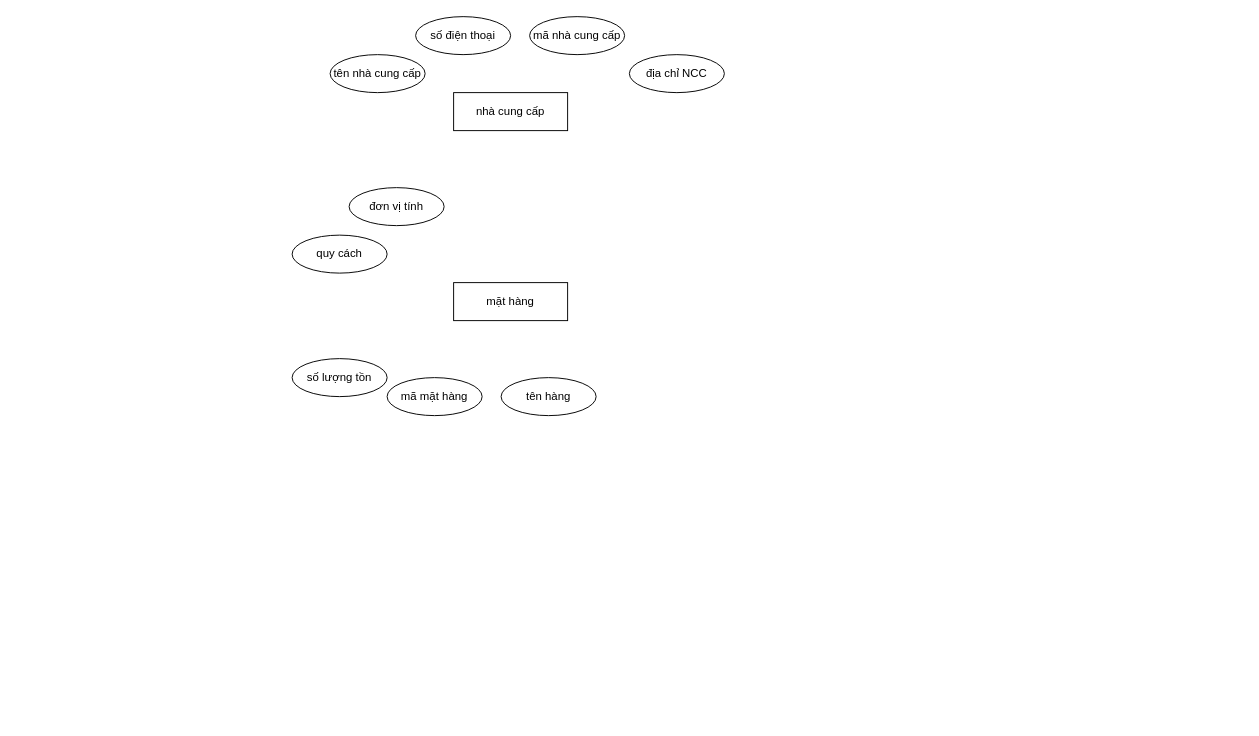
This is Untitled Diagram.drawio from HarikNguyen/database, a draw.io file, before an edit. Source tidied: cells renumbered, new cells numbered last; positions are measured from the earlier drawing's top-left corner, leaving out a move shared by most shapes. Both pictures are drawn from the tidied source at 95%, with x=0, y=0 at pixel (292, 16).
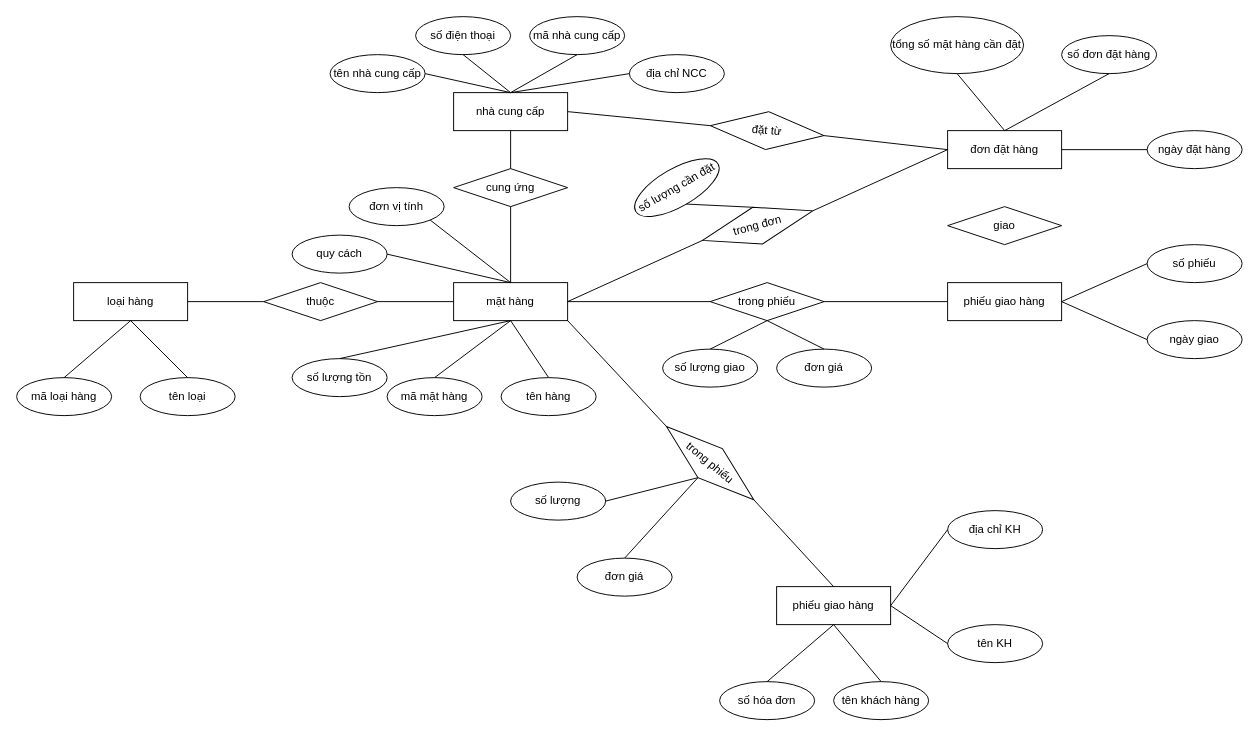
The same page after the edit.

Commit message:
ER hệ thống quản lý bán hàng.drawio

The change refers to these unchanged cells:
```xml
<mxCell id="2" value="nhà cung cấp" style="rounded=0;whiteSpace=wrap;html=1;" parent="1" vertex="1">
  <mxGeometry x="170" y="80" width="120" height="40" as="geometry" />
</mxCell>
<mxCell id="3" value="số điện thoại" style="ellipse;whiteSpace=wrap;html=1;" parent="1" vertex="1">
  <mxGeometry x="130" width="100" height="40" as="geometry" />
</mxCell>
<mxCell id="4" value="mã nhà cung cấp" style="ellipse;whiteSpace=wrap;html=1;" parent="1" vertex="1">
  <mxGeometry x="250" width="100" height="40" as="geometry" />
</mxCell>
<mxCell id="5" value="tên nhà cung cấp" style="ellipse;whiteSpace=wrap;html=1;" parent="1" vertex="1">
  <mxGeometry x="40" y="40" width="100" height="40" as="geometry" />
</mxCell>
<mxCell id="6" value="địa chỉ NCC" style="ellipse;whiteSpace=wrap;html=1;" parent="1" vertex="1">
  <mxGeometry x="355" y="40" width="100" height="40" as="geometry" />
</mxCell>
<mxCell id="7" value="mặt hàng" style="rounded=0;whiteSpace=wrap;html=1;" parent="1" vertex="1">
  <mxGeometry x="170" y="280" width="120" height="40" as="geometry" />
</mxCell>
<mxCell id="8" value="đơn vị tính" style="ellipse;whiteSpace=wrap;html=1;" parent="1" vertex="1">
  <mxGeometry x="60" y="180" width="100" height="40" as="geometry" />
</mxCell>
<mxCell id="9" value="số lượng tồn" style="ellipse;whiteSpace=wrap;html=1;" parent="1" vertex="1">
  <mxGeometry y="360" width="100" height="40" as="geometry" />
</mxCell>
<mxCell id="10" value="mã mặt hàng" style="ellipse;whiteSpace=wrap;html=1;" parent="1" vertex="1">
  <mxGeometry x="100" y="380" width="100" height="40" as="geometry" />
</mxCell>
<mxCell id="11" value="tên hàng" style="ellipse;whiteSpace=wrap;html=1;" parent="1" vertex="1">
  <mxGeometry x="220" y="380" width="100" height="40" as="geometry" />
</mxCell>
<mxCell id="12" value="quy cách" style="ellipse;whiteSpace=wrap;html=1;" parent="1" vertex="1">
  <mxGeometry y="230" width="100" height="40" as="geometry" />
</mxCell>
```

The edit, as a diff of the source:
```diff
@@
+    <mxCell id="13" style="endArrow=none;html=1;rounded=0;entryX=0.5;entryY=1;entryDx=0;entryDy=0;exitX=0.5;exitY=0;exitDx=0;exitDy=0;" parent="1" edge="1" source="9" target="7">
+      <mxGeometry relative="1" as="geometry" />
+    </mxCell>
+    <mxCell id="14" style="endArrow=none;html=1;rounded=0;exitX=0.5;exitY=1;exitDx=0;exitDy=0;entryX=0.5;entryY=0;entryDx=0;entryDy=0;" parent="1" edge="1" source="7" target="10">
+      <mxGeometry relative="1" as="geometry" />
+    </mxCell>
+    <mxCell id="15" style="endArrow=none;html=1;rounded=0;exitX=0.5;exitY=1;exitDx=0;exitDy=0;entryX=0.5;entryY=0;entryDx=0;entryDy=0;" parent="1" edge="1" source="7" target="11">
+      <mxGeometry relative="1" as="geometry" />
+    </mxCell>
+    <mxCell id="16" style="endArrow=none;html=1;rounded=0;exitX=0.5;exitY=0;exitDx=0;exitDy=0;entryX=1;entryY=0.5;entryDx=0;entryDy=0;" parent="1" edge="1" source="7" target="12">
+      <mxGeometry relative="1" as="geometry" />
+    </mxCell>
+    <mxCell id="17" style="endArrow=none;html=1;rounded=0;exitX=0.5;exitY=0;exitDx=0;exitDy=0;entryX=1;entryY=1;entryDx=0;entryDy=0;" parent="1" edge="1" source="7" target="8">
+      <mxGeometry relative="1" as="geometry" />
+    </mxCell>
+    <mxCell id="18" value="cung ứng" style="rhombus;whiteSpace=wrap;html=1;" parent="1" vertex="1">
+      <mxGeometry x="170" y="160" width="120" height="40" as="geometry" />
+    </mxCell>
+    <mxCell id="19" style="endArrow=none;html=1;rounded=0;exitX=0.5;exitY=0;exitDx=0;exitDy=0;entryX=0.5;entryY=1;entryDx=0;entryDy=0;" parent="1" edge="1" source="7" target="18">
+      <mxGeometry relative="1" as="geometry" />
+    </mxCell>
+    <mxCell id="20" style="endArrow=none;html=1;rounded=0;exitX=0.5;exitY=0;exitDx=0;exitDy=0;entryX=0.5;entryY=1;entryDx=0;entryDy=0;" parent="1" edge="1" source="18" target="2">
+      <mxGeometry relative="1" as="geometry" />
+    </mxCell>
+    <mxCell id="21" style="endArrow=none;html=1;rounded=0;exitX=0.5;exitY=0;exitDx=0;exitDy=0;entryX=1;entryY=0.5;entryDx=0;entryDy=0;" parent="1" edge="1" source="2" target="5">
+      <mxGeometry relative="1" as="geometry" />
+    </mxCell>
+    <mxCell id="22" style="endArrow=none;html=1;rounded=0;exitX=0.5;exitY=0;exitDx=0;exitDy=0;entryX=0;entryY=0.5;entryDx=0;entryDy=0;" parent="1" edge="1" source="2" target="6">
+      <mxGeometry relative="1" as="geometry" />
+    </mxCell>
+    <mxCell id="23" style="endArrow=none;html=1;rounded=0;exitX=0.5;exitY=0;exitDx=0;exitDy=0;entryX=0.5;entryY=1;entryDx=0;entryDy=0;" parent="1" edge="1" source="2" target="4">
+      <mxGeometry relative="1" as="geometry" />
+    </mxCell>
+    <mxCell id="24" style="endArrow=none;html=1;rounded=0;exitX=0.5;exitY=0;exitDx=0;exitDy=0;entryX=0.5;entryY=1;entryDx=0;entryDy=0;" parent="1" edge="1" source="2" target="3">
+      <mxGeometry relative="1" as="geometry" />
+    </mxCell>
+    <mxCell id="25" value="thuộc" style="rhombus;whiteSpace=wrap;html=1;" parent="1" vertex="1">
+      <mxGeometry x="-30" y="280" width="120" height="40" as="geometry" />
+    </mxCell>
+    <mxCell id="26" value="loại hàng" style="rounded=0;whiteSpace=wrap;html=1;" parent="1" vertex="1">
+      <mxGeometry x="-230" y="280" width="120" height="40" as="geometry" />
+    </mxCell>
+    <mxCell id="27" value="mã loại hàng" style="ellipse;whiteSpace=wrap;html=1;" parent="1" vertex="1">
+      <mxGeometry x="-290" y="380" width="100" height="40" as="geometry" />
+    </mxCell>
+    <mxCell id="28" value="tên loại" style="ellipse;whiteSpace=wrap;html=1;" parent="1" vertex="1">
+      <mxGeometry x="-160" y="380" width="100" height="40" as="geometry" />
+    </mxCell>
+    <mxCell id="29" style="endArrow=none;html=1;rounded=0;exitX=0.5;exitY=0;exitDx=0;exitDy=0;entryX=0.5;entryY=1;entryDx=0;entryDy=0;" parent="1" edge="1" source="28" target="26">
+      <mxGeometry relative="1" as="geometry" />
+    </mxCell>
+    <mxCell id="30" style="endArrow=none;html=1;rounded=0;exitX=0.5;exitY=0;exitDx=0;exitDy=0;entryX=0.5;entryY=1;entryDx=0;entryDy=0;" parent="1" edge="1" source="27" target="26">
+      <mxGeometry relative="1" as="geometry" />
+    </mxCell>
+    <mxCell id="31" style="endArrow=none;html=1;rounded=0;exitX=1;exitY=0.5;exitDx=0;exitDy=0;entryX=0;entryY=0.5;entryDx=0;entryDy=0;" parent="1" edge="1" source="26" target="25">
+      <mxGeometry relative="1" as="geometry" />
+    </mxCell>
+    <mxCell id="32" style="endArrow=none;html=1;rounded=0;entryX=1;entryY=0.5;entryDx=0;entryDy=0;exitX=0;exitY=0.5;exitDx=0;exitDy=0;" parent="1" edge="1" source="7" target="25">
+      <mxGeometry relative="1" as="geometry" />
+    </mxCell>
+    <mxCell id="33" value="đơn đặt hàng" style="rounded=0;whiteSpace=wrap;html=1;" parent="1" vertex="1">
+      <mxGeometry x="690" y="120" width="120" height="40" as="geometry" />
+    </mxCell>
+    <mxCell id="34" value="số đơn đặt hàng" style="ellipse;whiteSpace=wrap;html=1;" parent="1" vertex="1">
+      <mxGeometry x="810" y="20" width="100" height="40" as="geometry" />
+    </mxCell>
+    <mxCell id="35" value="ngày đặt hàng" style="ellipse;whiteSpace=wrap;html=1;" parent="1" vertex="1">
+      <mxGeometry x="900" y="120" width="100" height="40" as="geometry" />
+    </mxCell>
+    <mxCell id="36" value="tổng số mặt hàng cần đặt" style="ellipse;whiteSpace=wrap;html=1;" parent="1" vertex="1">
+      <mxGeometry x="630" width="140" height="60" as="geometry" />
+    </mxCell>
+    <mxCell id="37" style="endArrow=none;html=1;rounded=0;entryX=0.5;entryY=0;entryDx=0;entryDy=0;exitX=0.5;exitY=1;exitDx=0;exitDy=0;" parent="1" edge="1" source="36" target="33">
+      <mxGeometry relative="1" as="geometry" />
+    </mxCell>
+    <mxCell id="38" style="endArrow=none;html=1;rounded=0;entryX=0.5;entryY=0;entryDx=0;entryDy=0;exitX=0.5;exitY=1;exitDx=0;exitDy=0;" parent="1" edge="1" source="34" target="33">
+      <mxGeometry relative="1" as="geometry" />
+    </mxCell>
+    <mxCell id="39" style="endArrow=none;html=1;rounded=0;entryX=1;entryY=0.5;entryDx=0;entryDy=0;exitX=0;exitY=0.5;exitDx=0;exitDy=0;" parent="1" edge="1" source="35" target="33">
+      <mxGeometry relative="1" as="geometry" />
+    </mxCell>
+    <mxCell id="40" value="đặt từ" style="rhombus;whiteSpace=wrap;html=1;rotation=5;" parent="1" vertex="1">
+      <mxGeometry x="440" y="100" width="120" height="40" as="geometry" />
+    </mxCell>
+    <mxCell id="41" style="endArrow=none;html=1;rounded=0;entryX=1;entryY=0.5;entryDx=0;entryDy=0;exitX=0;exitY=0.5;exitDx=0;exitDy=0;" parent="1" edge="1" source="33" target="40">
+      <mxGeometry relative="1" as="geometry" />
+    </mxCell>
+    <mxCell id="42" style="endArrow=none;html=1;rounded=0;entryX=0;entryY=0.5;entryDx=0;entryDy=0;exitX=1;exitY=0.5;exitDx=0;exitDy=0;" parent="1" edge="1" source="2" target="40">
+      <mxGeometry relative="1" as="geometry" />
+    </mxCell>
+    <mxCell id="43" value="trong đơn" style="rhombus;whiteSpace=wrap;html=1;rotation=-15;" parent="1" vertex="1">
+      <mxGeometry x="430" y="200" width="120" height="40" as="geometry" />
+    </mxCell>
+    <mxCell id="44" value="số lượng cần đặt" style="ellipse;whiteSpace=wrap;html=1;rotation=-30;" parent="1" vertex="1">
+      <mxGeometry x="355" y="160" width="100" height="40" as="geometry" />
+    </mxCell>
+    <mxCell id="45" style="endArrow=none;html=1;rounded=0;exitX=0.5;exitY=0;exitDx=0;exitDy=0;entryX=0.5;entryY=1;entryDx=0;entryDy=0;" parent="1" edge="1" source="43" target="44">
+      <mxGeometry relative="1" as="geometry" />
+    </mxCell>
+    <mxCell id="46" style="endArrow=none;html=1;rounded=0;exitX=1;exitY=0.5;exitDx=0;exitDy=0;entryX=0;entryY=0.5;entryDx=0;entryDy=0;" parent="1" edge="1" source="43" target="33">
+      <mxGeometry relative="1" as="geometry" />
+    </mxCell>
+    <mxCell id="47" style="endArrow=none;html=1;rounded=0;exitX=0;exitY=0.5;exitDx=0;exitDy=0;entryX=1;entryY=0.5;entryDx=0;entryDy=0;" parent="1" edge="1" source="43" target="7">
+      <mxGeometry relative="1" as="geometry" />
+    </mxCell>
+    <mxCell id="48" value="phiếu giao hàng" style="rounded=0;whiteSpace=wrap;html=1;" parent="1" vertex="1">
+      <mxGeometry x="690" y="280" width="120" height="40" as="geometry" />
+    </mxCell>
+    <mxCell id="49" value="trong phiếu" style="rhombus;whiteSpace=wrap;html=1;" parent="1" vertex="1">
+      <mxGeometry x="440" y="280" width="120" height="40" as="geometry" />
+    </mxCell>
+    <mxCell id="50" value="giao" style="rhombus;whiteSpace=wrap;html=1;" parent="1" vertex="1">
+      <mxGeometry x="690" y="200" width="120" height="40" as="geometry" />
+    </mxCell>
+    <mxCell id="51" style="endArrow=none;html=1;rounded=0;entryX=0;entryY=0.5;entryDx=0;entryDy=0;exitX=1;exitY=0.5;exitDx=0;exitDy=0;" parent="1" edge="1" source="49" target="48">
+      <mxGeometry relative="1" as="geometry" />
+    </mxCell>
+    <mxCell id="52" style="endArrow=none;html=1;rounded=0;exitX=0;exitY=0.5;exitDx=0;exitDy=0;entryX=1;entryY=0.5;entryDx=0;entryDy=0;" parent="1" edge="1" source="49" target="7">
+      <mxGeometry relative="1" as="geometry" />
+    </mxCell>
+    <mxCell id="53" value="số lượng giao" style="ellipse;whiteSpace=wrap;html=1;" parent="1" vertex="1">
+      <mxGeometry x="390" y="350" width="100" height="40" as="geometry" />
+    </mxCell>
+    <mxCell id="54" value="đơn giá" style="ellipse;whiteSpace=wrap;html=1;" parent="1" vertex="1">
+      <mxGeometry x="510" y="350" width="100" height="40" as="geometry" />
+    </mxCell>
+    <mxCell id="55" style="endArrow=none;html=1;rounded=0;exitX=0.5;exitY=1;exitDx=0;exitDy=0;entryX=0.5;entryY=0;entryDx=0;entryDy=0;" parent="1" edge="1" source="49" target="54">
+      <mxGeometry relative="1" as="geometry" />
+    </mxCell>
+    <mxCell id="56" style="endArrow=none;html=1;rounded=0;entryX=0.5;entryY=0;entryDx=0;entryDy=0;" parent="1" edge="1" target="53">
+      <mxGeometry relative="1" as="geometry">
+        <mxPoint x="500" y="320" as="sourcePoint" />
+      </mxGeometry>
+    </mxCell>
+    <mxCell id="57" value="số phiếu" style="ellipse;whiteSpace=wrap;html=1;" parent="1" vertex="1">
+      <mxGeometry x="900" y="240" width="100" height="40" as="geometry" />
+    </mxCell>
+    <mxCell id="58" value="ngày giao" style="ellipse;whiteSpace=wrap;html=1;" parent="1" vertex="1">
+      <mxGeometry x="900" y="320" width="100" height="40" as="geometry" />
+    </mxCell>
+    <mxCell id="59" style="endArrow=none;html=1;rounded=0;entryX=1;entryY=0.5;entryDx=0;entryDy=0;exitX=0;exitY=0.5;exitDx=0;exitDy=0;" parent="1" edge="1" source="57" target="48">
+      <mxGeometry relative="1" as="geometry" />
+    </mxCell>
+    <mxCell id="60" style="endArrow=none;html=1;rounded=0;entryX=1;entryY=0.5;entryDx=0;entryDy=0;exitX=0;exitY=0.5;exitDx=0;exitDy=0;" parent="1" edge="1" source="58" target="48">
+      <mxGeometry relative="1" as="geometry" />
+    </mxCell>
+    <mxCell id="61" value="phiếu giao hàng" style="rounded=0;whiteSpace=wrap;html=1;" parent="1" vertex="1">
+      <mxGeometry x="510" y="600" width="120" height="40" as="geometry" />
+    </mxCell>
+    <mxCell id="62" value="trong phiếu" style="rhombus;whiteSpace=wrap;html=1;rotation=40;" parent="1" vertex="1">
+      <mxGeometry x="380" y="450" width="120" height="40" as="geometry" />
+    </mxCell>
+    <mxCell id="63" value="số lượng" style="ellipse;whiteSpace=wrap;html=1;" parent="1" vertex="1">
+      <mxGeometry x="230" y="490" width="100" height="40" as="geometry" />
+    </mxCell>
+    <mxCell id="64" value="đơn giá" style="ellipse;whiteSpace=wrap;html=1;" parent="1" vertex="1">
+      <mxGeometry x="300" y="570" width="100" height="40" as="geometry" />
+    </mxCell>
+    <mxCell id="65" value="số hóa đơn" style="ellipse;whiteSpace=wrap;html=1;" parent="1" vertex="1">
+      <mxGeometry x="450" y="700" width="100" height="40" as="geometry" />
+    </mxCell>
+    <mxCell id="66" value="tên khách hàng" style="ellipse;whiteSpace=wrap;html=1;" parent="1" vertex="1">
+      <mxGeometry x="570" y="700" width="100" height="40" as="geometry" />
+    </mxCell>
+    <mxCell id="67" value="địa chỉ KH" style="ellipse;whiteSpace=wrap;html=1;" parent="1" vertex="1">
+      <mxGeometry x="690" y="520" width="100" height="40" as="geometry" />
+    </mxCell>
+    <mxCell id="68" value="tên KH" style="ellipse;whiteSpace=wrap;html=1;" parent="1" vertex="1">
+      <mxGeometry x="690" y="640" width="100" height="40" as="geometry" />
+    </mxCell>
+    <mxCell id="69" style="endArrow=none;html=1;rounded=0;exitX=0.5;exitY=0;exitDx=0;exitDy=0;entryX=0.5;entryY=1;entryDx=0;entryDy=0;" parent="1" edge="1" source="65" target="61">
+      <mxGeometry relative="1" as="geometry" />
+    </mxCell>
+    <mxCell id="70" style="endArrow=none;html=1;rounded=0;entryX=0.5;entryY=1;entryDx=0;entryDy=0;exitX=0.5;exitY=0;exitDx=0;exitDy=0;" parent="1" edge="1" source="66" target="61">
+      <mxGeometry relative="1" as="geometry" />
+    </mxCell>
+    <mxCell id="71" style="endArrow=none;html=1;rounded=0;entryX=1;entryY=0.5;entryDx=0;entryDy=0;exitX=0;exitY=0.5;exitDx=0;exitDy=0;" parent="1" edge="1" source="68" target="61">
+      <mxGeometry relative="1" as="geometry" />
+    </mxCell>
+    <mxCell id="72" style="endArrow=none;html=1;rounded=0;entryX=1;entryY=0.5;entryDx=0;entryDy=0;exitX=0;exitY=0.5;exitDx=0;exitDy=0;" parent="1" edge="1" source="67" target="61">
+      <mxGeometry relative="1" as="geometry" />
+    </mxCell>
+    <mxCell id="73" style="endArrow=none;html=1;rounded=0;exitX=1;exitY=0.5;exitDx=0;exitDy=0;entryX=0.5;entryY=0;entryDx=0;entryDy=0;" parent="1" edge="1" source="62" target="61">
+      <mxGeometry relative="1" as="geometry" />
+    </mxCell>
+    <mxCell id="74" style="endArrow=none;html=1;rounded=0;exitX=0;exitY=0.5;exitDx=0;exitDy=0;entryX=1;entryY=1;entryDx=0;entryDy=0;" parent="1" edge="1" source="62" target="7">
+      <mxGeometry relative="1" as="geometry" />
+    </mxCell>
+    <mxCell id="75" style="endArrow=none;html=1;rounded=0;exitX=0.5;exitY=1;exitDx=0;exitDy=0;entryX=0.5;entryY=0;entryDx=0;entryDy=0;" parent="1" edge="1" source="62" target="64">
+      <mxGeometry relative="1" as="geometry" />
+    </mxCell>
+    <mxCell id="76" style="endArrow=none;html=1;rounded=0;exitX=0.5;exitY=1;exitDx=0;exitDy=0;entryX=1;entryY=0.5;entryDx=0;entryDy=0;" parent="1" edge="1" source="62" target="63">
+      <mxGeometry relative="1" as="geometry" />
+    </mxCell>
```
